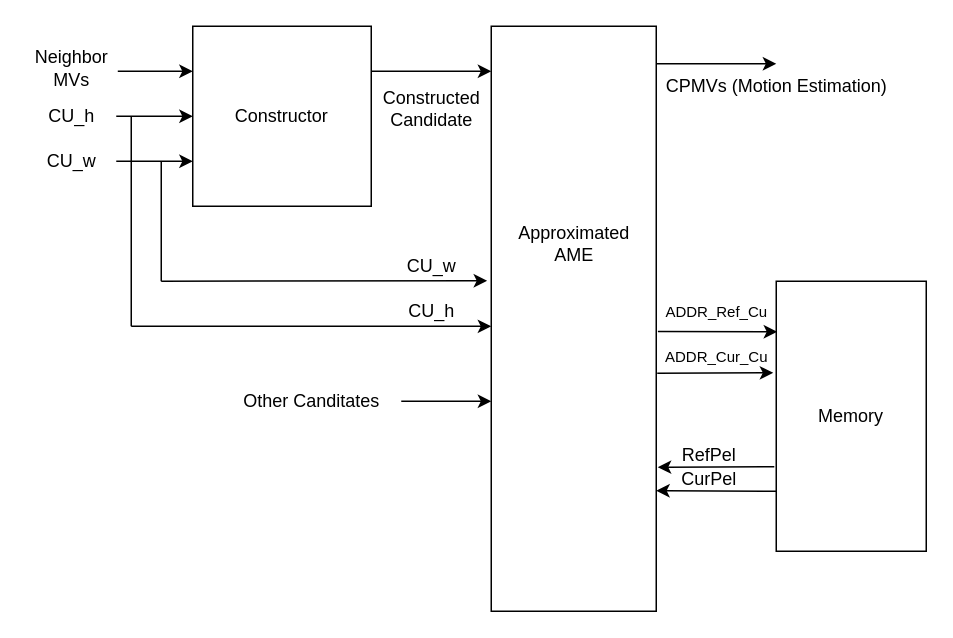
Above: page "High Level" (1 of 9) of AME-block_diagram.drawio in CostantinoTaranto/AME_Block-Diagram (draw.io), before the change. Source tidied: cells renumbered, new cells numbered last; positions are measured from the earlier drawing's top-left corner, leaving out a move shared by most shapes. Both pictures are drawn from the tidied source at 150%, with x=0, y=0 at pixel (26, 26).
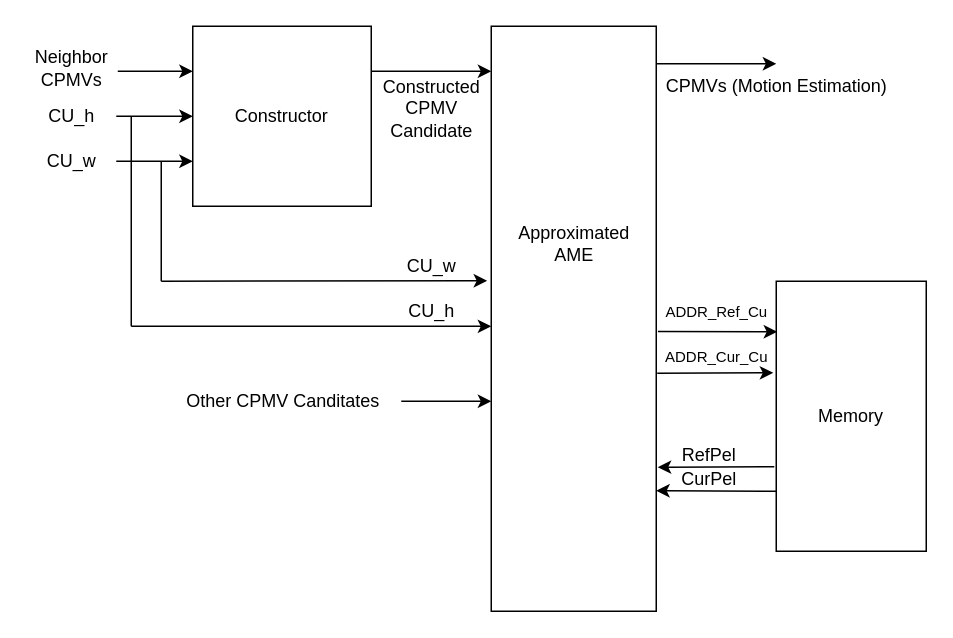
The same diagram, later.

Diff of the diagram source:
```diff
@@
-    <mxCell id="3" value="Neighbor&lt;br&gt;MVs" style="text;html=1;align=center;verticalAlign=middle;points=[];" parent="1" vertex="1">
+    <mxCell id="3" value="Neighbor&lt;br&gt;CPMVs" style="text;html=1;align=center;verticalAlign=middle;points=[];" parent="1" vertex="1">
       <mxGeometry y="13" width="60" height="30" as="geometry" />
     </mxCell>
@@
-    <mxCell id="21" value="Constructed&lt;br&gt;Candidate" style="text;html=1;align=center;verticalAlign=middle;" parent="1" vertex="1">
-      <mxGeometry x="230" y="40" width="80" height="30" as="geometry" />
+    <mxCell id="21" value="Constructed&lt;br&gt;CPMV&lt;br&gt;Candidate" style="text;html=1;align=center;verticalAlign=middle;" parent="1" vertex="1">
+      <mxGeometry x="230" y="30" width="80" height="50" as="geometry" />
     </mxCell>
@@
-    <mxCell id="29" value="Other Canditates" style="text;html=1;align=center;verticalAlign=middle;" parent="1" vertex="1">
-      <mxGeometry x="135" y="240" width="110" height="20" as="geometry" />
+    <mxCell id="29" value="Other CPMV Canditates" style="text;html=1;align=center;verticalAlign=middle;" parent="1" vertex="1">
+      <mxGeometry x="100.5" y="240" width="140" height="20" as="geometry" />
     </mxCell>
```
